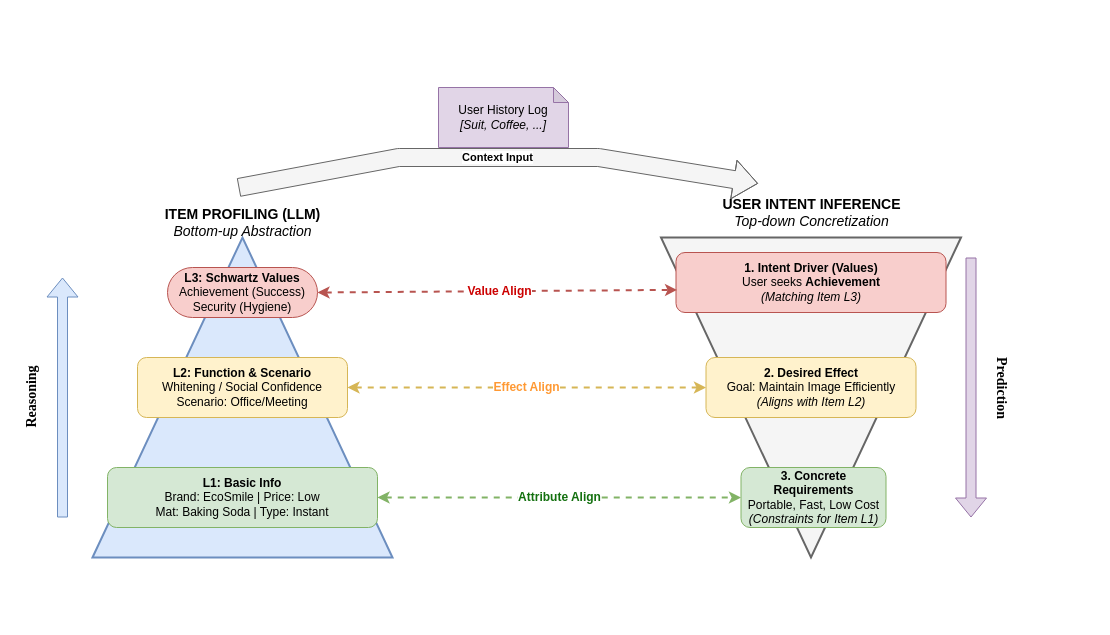
The draw.io diagram IntentRS/intent_reason.drawio in ClongPang/draw.io.storages, before the edit. Source tidied: cells renumbered, new cells numbered last; positions are measured from the earlier drawing's top-left corner, leaving out a move shared by most shapes. Both pictures are drawn from the tidied source at 100%, with x=0, y=0 at pixel (-13, 87). Pictures stored in the file or linked from it are replaced by grey dashed boxes.
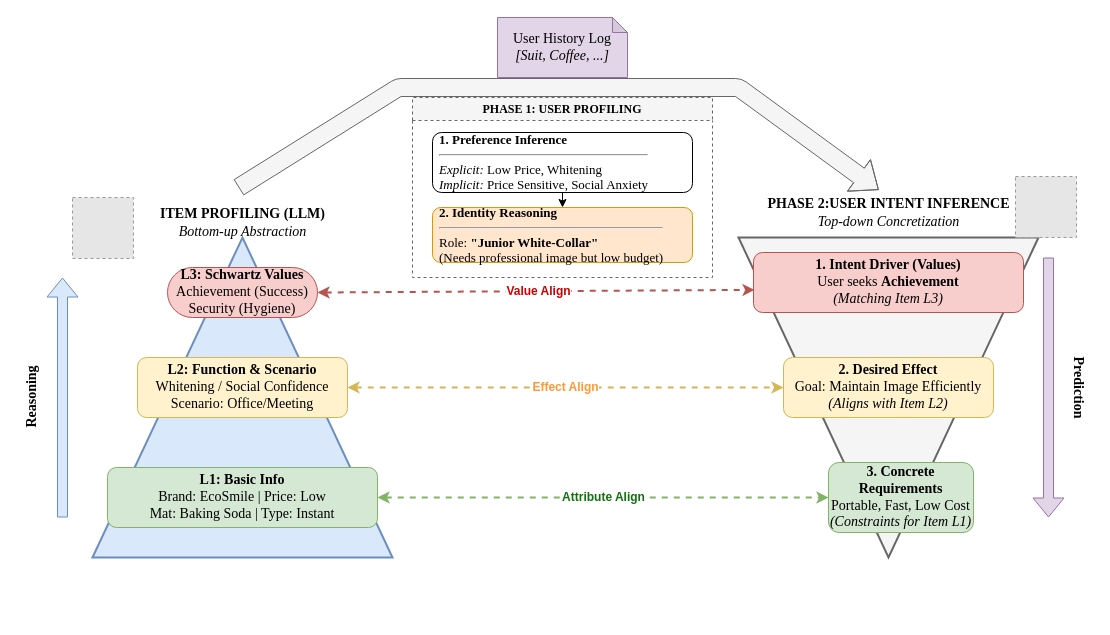
The same page after the edit.

The change refers to these unchanged cells:
```xml
<mxCell id="2" style="group;" parent="1" vertex="1">
  <mxGeometry x="85" y="110" width="340" height="400" as="geometry" />
</mxCell>
```

The edit, as a diff of the source:
```diff
@@
-    <mxCell id="4" value="&lt;b&gt;ITEM PROFILING (LLM)&lt;/b&gt;&lt;br&gt;&lt;i&gt;Bottom-up Abstraction&lt;/i&gt;" style="text;html=1;align=center;verticalAlign=middle;strokeColor=none;fillColor=none;fontSize=14;" parent="2" vertex="1">
-      <mxGeometry x="65" width="210" height="50" as="geometry" />
+    <mxCell id="4" value="&lt;font face=&quot;Times New Roman&quot;&gt;&lt;b style=&quot;&quot;&gt;ITEM PROFILING (LLM)&lt;/b&gt;&lt;br&gt;&lt;i style=&quot;&quot;&gt;Bottom-up Abstraction&lt;/i&gt;&lt;/font&gt;" style="text;html=1;align=center;verticalAlign=middle;strokeColor=none;fillColor=none;fontSize=14;" parent="2" vertex="1">
+      <mxGeometry x="75" width="190" height="50" as="geometry" />
     </mxCell>
-    <mxCell id="5" value="&lt;b&gt;L3: Schwartz Values&lt;/b&gt;&lt;br&gt;Achievement (Success)&lt;br&gt;Security (Hygiene)" style="rounded=1;whiteSpace=wrap;html=1;fillColor=#f8cecc;strokeColor=#b85450;arcSize=50;glass=0;shadow=0;" parent="2" vertex="1">
+    <mxCell id="5" value="&lt;font face=&quot;Times New Roman&quot; style=&quot;font-size: 14px;&quot;&gt;&lt;b style=&quot;&quot;&gt;L3: Schwartz Values&lt;/b&gt;&lt;br&gt;Achievement (Success)&lt;br&gt;Security (Hygiene)&lt;/font&gt;" style="rounded=1;whiteSpace=wrap;html=1;fillColor=#f8cecc;strokeColor=#b85450;arcSize=50;glass=0;shadow=0;" parent="2" vertex="1">
       <mxGeometry x="95" y="70" width="150" height="50" as="geometry" />
     </mxCell>
-    <mxCell id="6" value="&lt;b&gt;L2: Function &amp; Scenario&lt;/b&gt;&lt;br&gt;Whitening / Social Confidence&lt;br&gt;Scenario: Office/Meeting" style="rounded=1;whiteSpace=wrap;html=1;fillColor=#fff2cc;strokeColor=#d6b656;" parent="2" vertex="1">
+    <mxCell id="6" value="&lt;font face=&quot;Times New Roman&quot; style=&quot;font-size: 14px;&quot;&gt;&lt;b style=&quot;&quot;&gt;L2: Function &amp;amp; Scenario&lt;/b&gt;&lt;br&gt;Whitening / Social Confidence&lt;br&gt;Scenario: Office/Meeting&lt;/font&gt;" style="rounded=1;whiteSpace=wrap;html=1;fillColor=#fff2cc;strokeColor=#d6b656;" parent="2" vertex="1">
       <mxGeometry x="65" y="160" width="210" height="60" as="geometry" />
     </mxCell>
-    <mxCell id="7" value="&lt;b&gt;L1: Basic Info&lt;/b&gt;&lt;br&gt;Brand: EcoSmile | Price: Low&lt;br&gt;Mat: Baking Soda | Type: Instant" style="rounded=1;whiteSpace=wrap;html=1;fillColor=#d5e8d4;strokeColor=#82b366;" parent="2" vertex="1">
+    <mxCell id="7" value="&lt;font face=&quot;Times New Roman&quot; style=&quot;font-size: 14px;&quot;&gt;&lt;b style=&quot;&quot;&gt;L1: Basic Info&lt;/b&gt;&lt;br&gt;Brand: EcoSmile | Price: Low&lt;br&gt;Mat: Baking Soda | Type: Instant&lt;/font&gt;" style="rounded=1;whiteSpace=wrap;html=1;fillColor=#d5e8d4;strokeColor=#82b366;" parent="2" vertex="1">
       <mxGeometry x="35" y="270" width="270" height="60" as="geometry" />
     </mxCell>
@@
+    <mxCell id="23" style="fillColor=#E6E6E6;strokeColor=#999999;dashed=1;verticalLabelPosition=bottom;labelBackgroundColor=default;verticalAlign=top;" parent="2" vertex="1">
+      <mxGeometry width="61" height="61" as="geometry" />
+    </mxCell>
     <mxCell id="9" style="group;" parent="1" vertex="1">
-      <mxGeometry x="643.5" y="110" width="360" height="420" as="geometry" />
+      <mxGeometry x="721" y="110" width="368" height="420" as="geometry" />
     </mxCell>
@@
-    <mxCell id="11" value="&lt;b&gt;1. Intent Driver (Values)&lt;/b&gt;&lt;br&gt;User seeks &lt;b&gt;Achievement&lt;/b&gt;&lt;br&gt;&lt;i&gt;(Matching Item L3)&lt;/i&gt;" style="rounded=1;whiteSpace=wrap;html=1;fillColor=#f8cecc;strokeColor=#b85450;shadow=0;" parent="9" vertex="1">
+    <mxCell id="11" value="&lt;font face=&quot;Times New Roman&quot; style=&quot;font-size: 14px;&quot;&gt;&lt;b style=&quot;&quot;&gt;1. Intent Driver (Values)&lt;/b&gt;&lt;br&gt;User seeks &lt;b style=&quot;&quot;&gt;Achievement&lt;/b&gt;&lt;br&gt;&lt;i style=&quot;&quot;&gt;(Matching Item L3)&lt;/i&gt;&lt;/font&gt;" style="rounded=1;whiteSpace=wrap;html=1;fillColor=#f8cecc;strokeColor=#b85450;shadow=0;" parent="9" vertex="1">
       <mxGeometry x="45" y="55" width="270" height="60" as="geometry" />
     </mxCell>
-    <mxCell id="12" value="&lt;b&gt;2. Desired Effect&lt;/b&gt;&lt;br&gt;Goal: Maintain Image Efficiently&lt;br&gt;&lt;i&gt;(Aligns with Item L2)&lt;/i&gt;" style="rounded=1;whiteSpace=wrap;html=1;fillColor=#fff2cc;strokeColor=#d6b656;" parent="9" vertex="1">
+    <mxCell id="12" value="&lt;font face=&quot;Times New Roman&quot; style=&quot;font-size: 14px;&quot;&gt;&lt;b style=&quot;&quot;&gt;2. Desired Effect&lt;/b&gt;&lt;br&gt;Goal: Maintain Image Efficiently&lt;br&gt;&lt;i style=&quot;&quot;&gt;(Aligns with Item L2)&lt;/i&gt;&lt;/font&gt;" style="rounded=1;whiteSpace=wrap;html=1;fillColor=#fff2cc;strokeColor=#d6b656;" parent="9" vertex="1">
       <mxGeometry x="75" y="160" width="210" height="60" as="geometry" />
     </mxCell>
-    <mxCell id="13" value="&lt;b&gt;3. Concrete Requirements&lt;/b&gt;&lt;br&gt;Portable, Fast, Low Cost&lt;br&gt;&lt;i&gt;(Constraints for Item L1)&lt;/i&gt;" style="rounded=1;whiteSpace=wrap;html=1;fillColor=#d5e8d4;strokeColor=#82b366;" parent="9" vertex="1">
-      <mxGeometry x="110" y="270" width="145" height="60" as="geometry" />
+    <mxCell id="13" value="&lt;font face=&quot;Times New Roman&quot; style=&quot;font-size: 14px;&quot;&gt;&lt;b style=&quot;&quot;&gt;3. Concrete Requirements&lt;/b&gt;&lt;br&gt;Portable, Fast, Low Cost&lt;br&gt;&lt;i style=&quot;&quot;&gt;(Constraints for Item L1)&lt;/i&gt;&lt;/font&gt;" style="rounded=1;whiteSpace=wrap;html=1;fillColor=#d5e8d4;strokeColor=#82b366;" parent="9" vertex="1">
+      <mxGeometry x="120" y="265" width="145" height="70" as="geometry" />
     </mxCell>
@@
+    <mxCell id="24" style="fillColor=#E6E6E6;strokeColor=#999999;dashed=1;verticalLabelPosition=bottom;labelBackgroundColor=default;verticalAlign=top;" parent="9" vertex="1">
+      <mxGeometry x="307" y="-21" width="61" height="61" as="geometry" />
+    </mxCell>
-    <mxCell id="15" value="&lt;b&gt;Context Input&lt;/b&gt;" style="shape=flexArrow;endArrow=classic;html=1;fillColor=#f5f5f5;strokeColor=#666666;width=18;endSize=7.67;entryX=0.248;entryY=-0.08;entryDx=0;entryDy=0;entryPerimeter=0;" parent="1" edge="1" target="19">
-      <mxGeometry relative="1" as="geometry">
+    <mxCell id="15" style="shape=flexArrow;endArrow=classic;html=1;fillColor=#f5f5f5;strokeColor=#666666;width=18;endSize=7.67;entryX=0.464;entryY=0.048;entryDx=0;entryDy=0;entryPerimeter=0;" parent="1" edge="1" target="19">
+      <mxGeometry x="0.1" y="70" relative="1" as="geometry">
         <mxPoint x="251" y="100" as="sourcePoint" />
         <Array as="points">
-          <mxPoint x="411" y="70" />
-          <mxPoint x="611" y="70" />
+          <mxPoint x="411" />
+          <mxPoint x="751" />
         </Array>
       </mxGeometry>
     </mxCell>
@@
-    <mxCell id="19" value="&lt;b&gt;USER INTENT INFERENCE&lt;/b&gt;&lt;br&gt;&lt;i&gt;Top-down Concretization&lt;/i&gt;" style="text;html=1;align=center;verticalAlign=middle;points=[];strokeColor=none;fillColor=none;fontSize=14;" parent="1" vertex="1">
-      <mxGeometry x="718.5" y="100" width="210" height="50" as="geometry" />
+    <mxCell id="19" value="&lt;font face=&quot;Times New Roman&quot;&gt;&lt;b style=&quot;&quot;&gt;PHASE 2:&lt;/b&gt;&lt;b&gt;USER INTENT INFERENCE&lt;/b&gt;&lt;br&gt;&lt;i&gt;Top-down Concretization&lt;/i&gt;&lt;/font&gt;" style="text;html=1;align=center;verticalAlign=middle;points=[];strokeColor=none;fillColor=none;fontSize=14;" parent="1" vertex="1">
+      <mxGeometry x="766" y="100" width="270" height="50" as="geometry" />
     </mxCell>
-    <mxCell id="20" value="User History Log&lt;br&gt;&lt;i&gt;[Suit, Coffee, ...]&lt;/i&gt;" style="shape=note;whiteSpace=wrap;html=1;backgroundOutline=1;darkOpacity=0.05;fillColor=#e1d5e7;strokeColor=#9673a6;size=15;" parent="1" vertex="1">
-      <mxGeometry x="451" width="130" height="60" as="geometry" />
+    <mxCell id="20" value="&lt;font face=&quot;Times New Roman&quot; style=&quot;font-size: 14px;&quot;&gt;User History Log&lt;br&gt;&lt;i style=&quot;&quot;&gt;[Suit, Coffee, ...]&lt;/i&gt;&lt;/font&gt;" style="shape=note;whiteSpace=wrap;html=1;backgroundOutline=1;darkOpacity=0.05;fillColor=#e1d5e7;strokeColor=#9673a6;size=15;" parent="1" vertex="1">
+      <mxGeometry x="510" y="-70" width="130" height="60" as="geometry" />
     </mxCell>
     <mxCell id="21" value="&lt;font face=&quot;Times New Roman&quot; style=&quot;font-size: 14px;&quot;&gt;&lt;b style=&quot;&quot;&gt;Prediction&lt;/b&gt;&lt;/font&gt;" style="text;html=1;align=center;verticalAlign=middle;strokeColor=none;fillColor=none;rotation=90;" parent="1" vertex="1">
-      <mxGeometry x="968.5" y="285" width="90" height="30" as="geometry" />
+      <mxGeometry x="1046" y="285" width="90" height="30" as="geometry" />
     </mxCell>
@@
+    <mxCell id="25" value="&lt;b&gt;&lt;font face=&quot;Times New Roman&quot;&gt;PHASE 1: USER PROFILING&lt;/font&gt;&lt;/b&gt;" style="swimlane;whiteSpace=wrap;html=1;fillColor=#f5f5f5;strokeColor=#666666;dashed=1;startSize=23;" parent="1" vertex="1">
+      <mxGeometry x="425" y="10" width="300" height="180" as="geometry" />
+    </mxCell>
+    <mxCell id="26" value="&lt;b&gt;&lt;font face=&quot;Times New Roman&quot; style=&quot;font-size: 13px;&quot;&gt;1. Preference Inference&lt;/font&gt;&lt;/b&gt;&lt;hr&gt;&lt;font face=&quot;Times New Roman&quot; style=&quot;font-size: 13px;&quot;&gt;&lt;i&gt;Explicit:&lt;/i&gt; Low Price, Whitening&lt;br&gt;&lt;i&gt;Implicit:&lt;/i&gt; Price Sensitive, Social Anxiety&lt;/font&gt;" style="rounded=1;whiteSpace=wrap;html=1;fillColor=#ffffff;strokeColor=#000000;align=left;spacingLeft=5;" parent="25" vertex="1">
+      <mxGeometry x="20" y="35" width="260" height="60" as="geometry" />
+    </mxCell>
+    <mxCell id="27" value="&lt;div style=&quot;&quot;&gt;&lt;b style=&quot;background-color: transparent; color: light-dark(rgb(0, 0, 0), rgb(255, 255, 255));&quot;&gt;&lt;font face=&quot;Times New Roman&quot; style=&quot;font-size: 13px;&quot;&gt;2. Identity Reasoning&lt;/font&gt;&lt;/b&gt;&lt;/div&gt;&lt;hr&gt;&lt;font face=&quot;Times New Roman&quot; style=&quot;font-size: 13px;&quot;&gt;Role: &lt;b&gt;&quot;Junior White-Collar&quot;&lt;/b&gt;&lt;br&gt;(Needs professional image but low budget)&lt;/font&gt;" style="rounded=1;whiteSpace=wrap;html=1;fillColor=#ffe6cc;strokeColor=#d79b00;align=left;spacingLeft=5;" parent="25" vertex="1">
+      <mxGeometry x="20" y="110" width="260" height="55" as="geometry" />
+    </mxCell>
+    <mxCell id="28" style="endArrow=classic;html=1;exitX=0.5;exitY=1;exitDx=0;exitDy=0;entryX=0.5;entryY=0;entryDx=0;entryDy=0;" parent="25" edge="1" source="26" target="27">
+      <mxGeometry relative="1" as="geometry" />
+    </mxCell>
```
